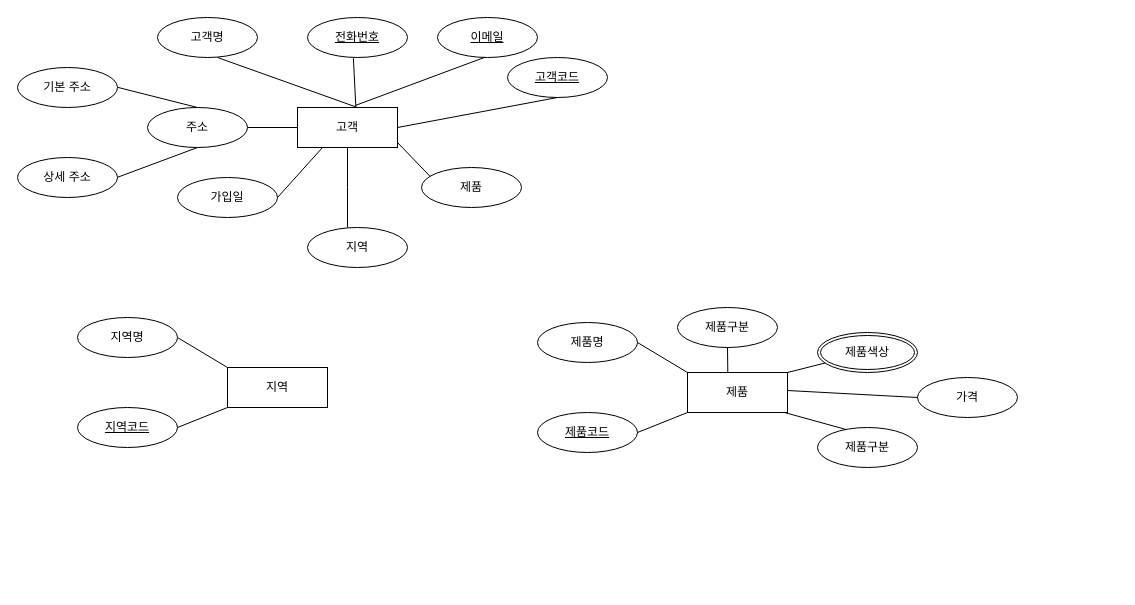
momoandsana/erd keeps this draw.io diagram as 온라인_전자상거래_플랫폼_ERD.drawio. Above is the earlier version. Source tidied: cells renumbered, new cells numbered last; positions are measured from the earlier drawing's top-left corner, leaving out a move shared by most shapes. Both pictures are drawn from the tidied source at 100%, with x=0, y=0 at pixel (17, 17).
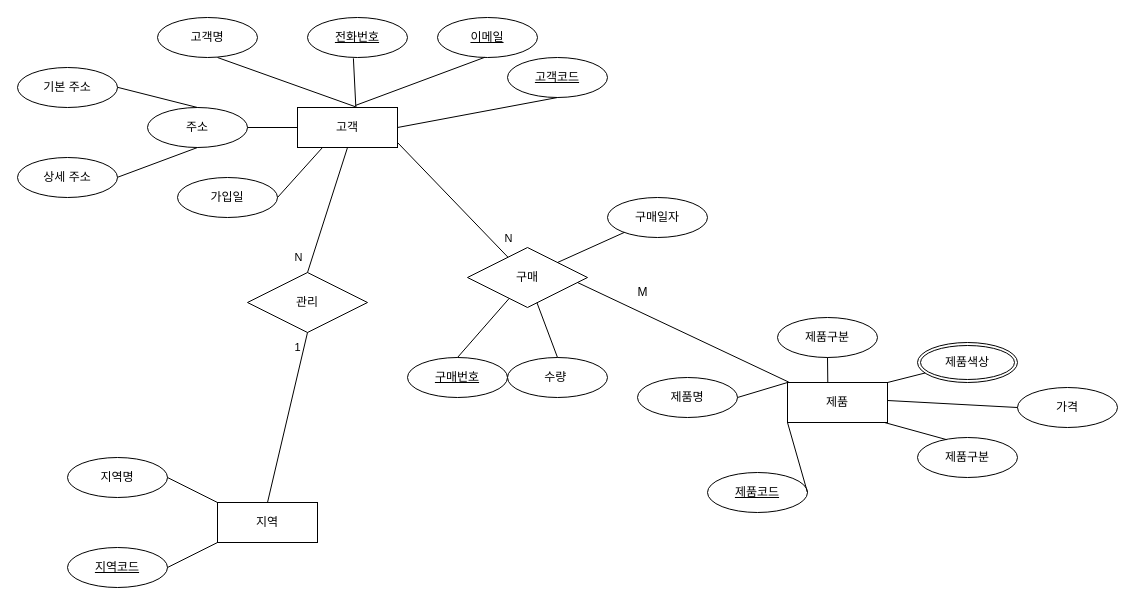
The same diagram, later.

Commit message:
온라인_전자상거래_플랫폼_ERD.drawio 업데이트

Unchanged cells that the change refers to:
```xml
<mxCell id="2" value="고객" style="whiteSpace=wrap;html=1;align=center;" parent="1" vertex="1">
  <mxGeometry x="280" y="90" width="100" height="40" as="geometry" />
</mxCell>
```

Diff of the diagram source:
```diff
@@
-    <mxCell id="19" value="지역" style="ellipse;whiteSpace=wrap;html=1;align=center;" parent="1" vertex="1">
-      <mxGeometry x="290" y="210" width="100" height="40" as="geometry" />
-    </mxCell>
-    <mxCell id="20" style="endArrow=none;html=1;rounded=0;entryX=0.5;entryY=1;entryDx=0;entryDy=0;exitX=0.4;exitY=0;exitDx=0;exitDy=0;exitPerimeter=0;" parent="1" edge="1" source="19" target="2">
-      <mxGeometry relative="1" as="geometry">
-        <Array as="points">
-          <mxPoint x="330" y="170" />
-        </Array>
-      </mxGeometry>
-    </mxCell>
     <mxCell id="21" value="지역" style="whiteSpace=wrap;html=1;align=center;" parent="1" vertex="1">
-      <mxGeometry x="210" y="350" width="100" height="40" as="geometry" />
+      <mxGeometry x="200" y="485" width="100" height="40" as="geometry" />
     </mxCell>
     <mxCell id="22" value="지역명" style="ellipse;whiteSpace=wrap;html=1;align=center;" parent="1" vertex="1">
-      <mxGeometry x="60" y="300" width="100" height="40" as="geometry" />
+      <mxGeometry x="50" y="440" width="100" height="40" as="geometry" />
     </mxCell>
@@
     <mxCell id="24" value="&lt;u&gt;지역코드&lt;/u&gt;" style="ellipse;whiteSpace=wrap;html=1;align=center;" parent="1" vertex="1">
-      <mxGeometry x="60" y="390" width="100" height="40" as="geometry" />
+      <mxGeometry x="50" y="530" width="100" height="40" as="geometry" />
     </mxCell>
@@
     <mxCell id="26" value="제품" style="whiteSpace=wrap;html=1;align=center;" parent="1" vertex="1">
-      <mxGeometry x="670" y="355" width="100" height="40" as="geometry" />
+      <mxGeometry x="770" y="365" width="100" height="40" as="geometry" />
     </mxCell>
     <mxCell id="27" value="제품명" style="ellipse;whiteSpace=wrap;html=1;align=center;" parent="1" vertex="1">
-      <mxGeometry x="520" y="305" width="100" height="40" as="geometry" />
+      <mxGeometry x="620" y="360" width="100" height="40" as="geometry" />
     </mxCell>
@@
     <mxCell id="29" value="&lt;u&gt;제품코드&lt;/u&gt;" style="ellipse;whiteSpace=wrap;html=1;align=center;" parent="1" vertex="1">
-      <mxGeometry x="520" y="395" width="100" height="40" as="geometry" />
+      <mxGeometry x="690" y="455" width="100" height="40" as="geometry" />
     </mxCell>
@@
     <mxCell id="31" value="제품구분" style="ellipse;whiteSpace=wrap;html=1;align=center;" parent="1" vertex="1">
-      <mxGeometry x="660" y="290" width="100" height="40" as="geometry" />
+      <mxGeometry x="760" y="300" width="100" height="40" as="geometry" />
     </mxCell>
     <mxCell id="32" style="endArrow=none;html=1;rounded=0;entryX=1;entryY=0.5;entryDx=0;entryDy=0;exitX=0.403;exitY=0.001;exitDx=0;exitDy=0;exitPerimeter=0;" parent="1" edge="1" source="26">
       <mxGeometry relative="1" as="geometry">
-        <mxPoint x="710" y="330" as="targetPoint" />
+        <mxPoint x="810" y="340" as="targetPoint" />
       </mxGeometry>
     </mxCell>
     <mxCell id="33" value="제품구분" style="ellipse;whiteSpace=wrap;html=1;align=center;" parent="1" vertex="1">
-      <mxGeometry x="800" y="410" width="100" height="40" as="geometry" />
+      <mxGeometry x="900" y="420" width="100" height="40" as="geometry" />
     </mxCell>
     <mxCell id="34" style="endArrow=none;html=1;rounded=0;entryX=1;entryY=0.5;entryDx=0;entryDy=0;exitX=0.29;exitY=0.053;exitDx=0;exitDy=0;exitPerimeter=0;" parent="1" edge="1" source="33">
       <mxGeometry relative="1" as="geometry">
-        <mxPoint x="767" y="395" as="targetPoint" />
+        <mxPoint x="867" y="405" as="targetPoint" />
       </mxGeometry>
     </mxCell>
     <mxCell id="35" value="제품색상" style="ellipse;shape=doubleEllipse;margin=3;whiteSpace=wrap;html=1;align=center;" parent="1" vertex="1">
-      <mxGeometry x="800" y="315" width="100" height="40" as="geometry" />
+      <mxGeometry x="900" y="325" width="100" height="40" as="geometry" />
     </mxCell>
     <mxCell id="36" style="endArrow=none;html=1;rounded=0;entryX=1;entryY=0.5;entryDx=0;entryDy=0;exitX=0.077;exitY=0.762;exitDx=0;exitDy=0;exitPerimeter=0;" parent="1" edge="1" source="35">
       <mxGeometry relative="1" as="geometry">
-        <mxPoint x="770" y="355" as="targetPoint" />
+        <mxPoint x="870" y="365" as="targetPoint" />
       </mxGeometry>
     </mxCell>
     <mxCell id="37" value="가격" style="ellipse;whiteSpace=wrap;html=1;align=center;" parent="1" vertex="1">
-      <mxGeometry x="900" y="360" width="100" height="40" as="geometry" />
+      <mxGeometry x="1000" y="370" width="100" height="40" as="geometry" />
     </mxCell>
-    <mxCell id="38" style="endArrow=none;html=1;rounded=0;entryX=1;entryY=0.5;entryDx=0;entryDy=0;exitX=0;exitY=0.5;exitDx=0;exitDy=0;" parent="1" edge="1" source="37">
+    <mxCell id="38" style="endArrow=none;html=1;rounded=0;entryX=1;entryY=0.5;entryDx=0;entryDy=0;exitX=0;exitY=0.5;exitDx=0;exitDy=0;" parent="1" edge="1">
       <mxGeometry relative="1" as="geometry">
-        <mxPoint x="770" y="373" as="targetPoint" />
+        <mxPoint x="1000" y="390" as="sourcePoint" />
+        <mxPoint x="870" y="383" as="targetPoint" />
       </mxGeometry>
     </mxCell>
-    <mxCell id="39" value="제품" style="ellipse;whiteSpace=wrap;html=1;align=center;" parent="1" vertex="1">
-      <mxGeometry x="404" y="150" width="100" height="40" as="geometry" />
-    </mxCell>
-    <mxCell id="40" style="endArrow=none;html=1;rounded=0;entryX=0.6;entryY=1;entryDx=0;entryDy=0;entryPerimeter=0;exitX=0.088;exitY=0.227;exitDx=0;exitDy=0;exitPerimeter=0;" parent="1" edge="1" source="39">
+    <mxCell id="40" style="endArrow=none;html=1;rounded=0;entryX=0.6;entryY=1;entryDx=0;entryDy=0;entryPerimeter=0;" parent="1" edge="1" source="47">
       <mxGeometry relative="1" as="geometry">
         <mxPoint x="380" y="125" as="targetPoint" />
       </mxGeometry>
     </mxCell>
+    <mxCell id="41" value="N" style="edgeLabel;html=1;align=center;verticalAlign=middle;" parent="40" vertex="1">
+      <mxGeometry x="-0.76" y="-1" relative="1" as="geometry">
+        <mxPoint x="12" y="-5" as="offset" />
+      </mxGeometry>
+    </mxCell>
+    <mxCell id="42" value="관리" style="shape=rhombus;perimeter=rhombusPerimeter;whiteSpace=wrap;html=1;align=center;" parent="1" vertex="1">
+      <mxGeometry x="230" y="255" width="120" height="60" as="geometry" />
+    </mxCell>
+    <mxCell id="43" style="endArrow=none;html=1;rounded=0;entryX=0.5;entryY=1;entryDx=0;entryDy=0;exitX=0.5;exitY=0;exitDx=0;exitDy=0;" parent="1" edge="1" source="42" target="2">
+      <mxGeometry relative="1" as="geometry" />
+    </mxCell>
+    <mxCell id="44" value="N" style="edgeLabel;html=1;align=center;verticalAlign=middle;" parent="43" vertex="1">
+      <mxGeometry x="0.26" y="-1" relative="1" as="geometry">
+        <mxPoint x="-36" y="63" as="offset" />
+      </mxGeometry>
+    </mxCell>
+    <mxCell id="45" style="endArrow=none;html=1;rounded=0;entryX=0.5;entryY=1;entryDx=0;entryDy=0;exitX=0.5;exitY=0;exitDx=0;exitDy=0;" parent="1" edge="1" source="21">
+      <mxGeometry relative="1" as="geometry">
+        <mxPoint x="290" y="315" as="targetPoint" />
+      </mxGeometry>
+    </mxCell>
+    <mxCell id="46" value="1" style="edgeLabel;html=1;align=center;verticalAlign=middle;" parent="45" vertex="1">
+      <mxGeometry x="0.28" y="2" relative="1" as="geometry">
+        <mxPoint x="6" y="-46" as="offset" />
+      </mxGeometry>
+    </mxCell>
+    <mxCell id="47" value="구매" style="shape=rhombus;perimeter=rhombusPerimeter;whiteSpace=wrap;html=1;align=center;" parent="1" vertex="1">
+      <mxGeometry x="450" y="230" width="120" height="60" as="geometry" />
+    </mxCell>
+    <mxCell id="48" value="&lt;u&gt;구매번호&lt;/u&gt;" style="ellipse;whiteSpace=wrap;html=1;align=center;" parent="1" vertex="1">
+      <mxGeometry x="390" y="340" width="100" height="40" as="geometry" />
+    </mxCell>
+    <mxCell id="49" value="수량&amp;nbsp;" style="ellipse;whiteSpace=wrap;html=1;align=center;" parent="1" vertex="1">
+      <mxGeometry x="490" y="340" width="100" height="40" as="geometry" />
+    </mxCell>
+    <mxCell id="50" value="구매일자" style="ellipse;whiteSpace=wrap;html=1;align=center;" parent="1" vertex="1">
+      <mxGeometry x="590" y="180" width="100" height="40" as="geometry" />
+    </mxCell>
+    <mxCell id="51" style="endArrow=none;html=1;rounded=0;entryX=1;entryY=0.5;entryDx=0;entryDy=0;" parent="1" edge="1" source="47">
+      <mxGeometry relative="1" as="geometry">
+        <mxPoint x="440" y="340" as="targetPoint" />
+      </mxGeometry>
+    </mxCell>
+    <mxCell id="52" style="endArrow=none;html=1;rounded=0;entryX=1;entryY=0.5;entryDx=0;entryDy=0;" parent="1" edge="1" source="47">
+      <mxGeometry relative="1" as="geometry">
+        <mxPoint x="540" y="340" as="targetPoint" />
+      </mxGeometry>
+    </mxCell>
+    <mxCell id="53" style="endArrow=none;html=1;rounded=0;entryX=1;entryY=0.5;entryDx=0;entryDy=0;" parent="1" edge="1" source="50">
+      <mxGeometry relative="1" as="geometry">
+        <mxPoint x="540" y="245" as="targetPoint" />
+      </mxGeometry>
+    </mxCell>
+    <mxCell id="54" style="endArrow=none;html=1;rounded=0;entryX=1;entryY=0.5;entryDx=0;entryDy=0;exitX=0.013;exitY=-0.009;exitDx=0;exitDy=0;exitPerimeter=0;" parent="1" edge="1" source="26">
+      <mxGeometry relative="1" as="geometry">
+        <mxPoint x="560" y="265" as="targetPoint" />
+      </mxGeometry>
+    </mxCell>
+    <mxCell id="55" value="M" style="text;html=1;align=center;verticalAlign=middle;strokeColor=none;fillColor=none;" parent="1" vertex="1">
+      <mxGeometry x="610" y="260" width="30" height="30" as="geometry" />
+    </mxCell>
```
